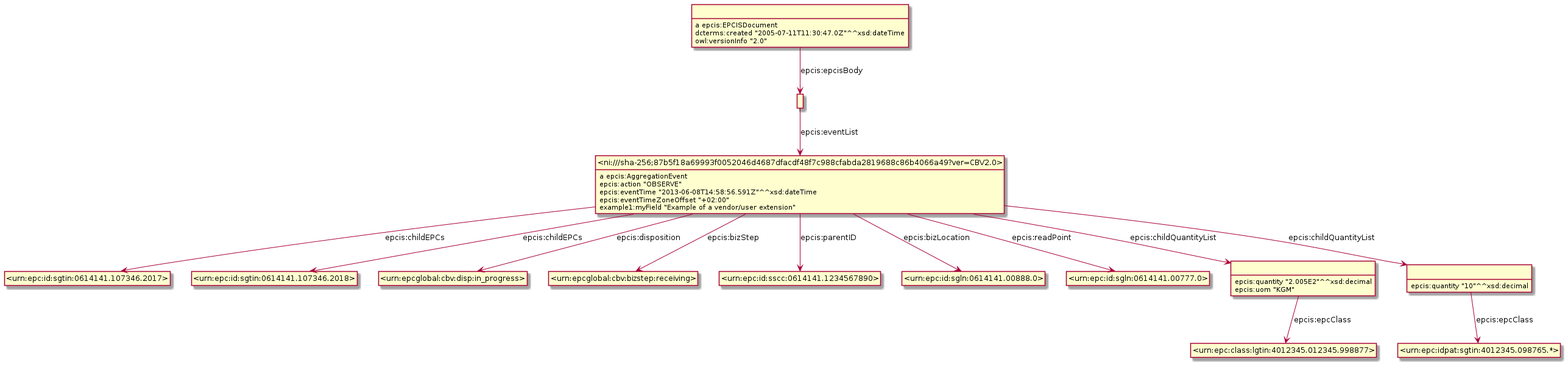
gs1/EPCIS keeps this PlantUML diagram as Diagrams/Example_9.6.3-AggregationEvent.png. Above is the earlier version. The source it was exported from:
```plantuml
@startuml
hide empty methods
hide empty attributes
hide circle
skinparam classAttributeIconSize 0
class _ni_sha_256_87b5f18a69993f0052046d4687dfacdf48f7c988cfabda2819688c86b4066a49_ver_CBV2_0_ as "<ni:///sha-256;87b5f18a69993f0052046d4687dfacdf48f7c988cfabda2819688c86b4066a49?ver=CBV2.0>"
_ni_sha_256_87b5f18a69993f0052046d4687dfacdf48f7c988cfabda2819688c86b4066a49_ver_CBV2_0_ : a epcis:AggregationEvent
class _urn_epc_id_sgtin_0614141_107346_2017_ as "<urn:epc:id:sgtin:0614141.107346.2017>"
_ni_sha_256_87b5f18a69993f0052046d4687dfacdf48f7c988cfabda2819688c86b4066a49_ver_CBV2_0_ -down-> _urn_epc_id_sgtin_0614141_107346_2017_ : epcis:childEPCs
class _urn_epc_id_sgtin_0614141_107346_2018_ as "<urn:epc:id:sgtin:0614141.107346.2018>"
_ni_sha_256_87b5f18a69993f0052046d4687dfacdf48f7c988cfabda2819688c86b4066a49_ver_CBV2_0_ -down-> _urn_epc_id_sgtin_0614141_107346_2018_ : epcis:childEPCs
class _urn_epcglobal_cbv_disp_in_progress_ as "<urn:epcglobal:cbv:disp:in_progress>"
_ni_sha_256_87b5f18a69993f0052046d4687dfacdf48f7c988cfabda2819688c86b4066a49_ver_CBV2_0_ -down-> _urn_epcglobal_cbv_disp_in_progress_ : epcis:disposition
class _urn_epcglobal_cbv_bizstep_receiving_ as "<urn:epcglobal:cbv:bizstep:receiving>"
_ni_sha_256_87b5f18a69993f0052046d4687dfacdf48f7c988cfabda2819688c86b4066a49_ver_CBV2_0_ -down-> _urn_epcglobal_cbv_bizstep_receiving_ : epcis:bizStep
class _urn_epc_id_sscc_0614141_1234567890_ as "<urn:epc:id:sscc:0614141.1234567890>"
_ni_sha_256_87b5f18a69993f0052046d4687dfacdf48f7c988cfabda2819688c86b4066a49_ver_CBV2_0_ -down-> _urn_epc_id_sscc_0614141_1234567890_ : epcis:parentID
class _urn_epc_id_sgln_0614141_00888_0_ as "<urn:epc:id:sgln:0614141.00888.0>"
_ni_sha_256_87b5f18a69993f0052046d4687dfacdf48f7c988cfabda2819688c86b4066a49_ver_CBV2_0_ -down-> _urn_epc_id_sgln_0614141_00888_0_ : epcis:bizLocation
class _urn_epc_id_sgln_0614141_00777_0_ as "<urn:epc:id:sgln:0614141.00777.0>"
_ni_sha_256_87b5f18a69993f0052046d4687dfacdf48f7c988cfabda2819688c86b4066a49_ver_CBV2_0_ -down-> _urn_epc_id_sgln_0614141_00777_0_ : epcis:readPoint
class _r1622796192r1_ as " "
_ni_sha_256_87b5f18a69993f0052046d4687dfacdf48f7c988cfabda2819688c86b4066a49_ver_CBV2_0_ -down-> _r1622796192r1_ : epcis:childQuantityList
class _r1622796192r0_ as " "
_ni_sha_256_87b5f18a69993f0052046d4687dfacdf48f7c988cfabda2819688c86b4066a49_ver_CBV2_0_ -down-> _r1622796192r0_ : epcis:childQuantityList
_ni_sha_256_87b5f18a69993f0052046d4687dfacdf48f7c988cfabda2819688c86b4066a49_ver_CBV2_0_ : epcis:action "OBSERVE"
_ni_sha_256_87b5f18a69993f0052046d4687dfacdf48f7c988cfabda2819688c86b4066a49_ver_CBV2_0_ : epcis:eventTime "2013-06-08T14:58:56.591Z"^^xsd:dateTime
_ni_sha_256_87b5f18a69993f0052046d4687dfacdf48f7c988cfabda2819688c86b4066a49_ver_CBV2_0_ : epcis:eventTimeZoneOffset "+02:00"
_ni_sha_256_87b5f18a69993f0052046d4687dfacdf48f7c988cfabda2819688c86b4066a49_ver_CBV2_0_ : example1:myField "Example of a vendor/user extension"
class _urn_epc_class_lgtin_4012345_012345_998877_ as "<urn:epc:class:lgtin:4012345.012345.998877>"
_r1622796192r1_ -down-> _urn_epc_class_lgtin_4012345_012345_998877_ : epcis:epcClass
_r1622796192r1_ : epcis:quantity "2.005E2"^^xsd:decimal
_r1622796192r1_ : epcis:uom "KGM"
class _r1622796192r3_ as " "
_r1622796192r3_ -down-> _ni_sha_256_87b5f18a69993f0052046d4687dfacdf48f7c988cfabda2819688c86b4066a49_ver_CBV2_0_ : epcis:eventList
class _r1622796192r2_ as " "
_r1622796192r2_ : a epcis:EPCISDocument
_r1622796192r2_ -down-> _r1622796192r3_ : epcis:epcisBody
_r1622796192r2_ : dcterms:created "2005-07-11T11:30:47.0Z"^^xsd:dateTime
_r1622796192r2_ : owl:versionInfo "2.0"
class _urn_epc_idpat_sgtin_4012345_098765_ as "<urn:epc:idpat:sgtin:4012345.098765.*>"
_r1622796192r0_ -down-> _urn_epc_idpat_sgtin_4012345_098765_ : epcis:epcClass
_r1622796192r0_ : epcis:quantity "10"^^xsd:decimal
@enduml
```
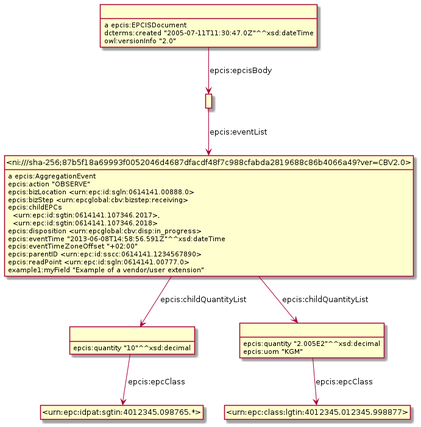
The same file after the commit.

Diff of the diagram source:
```diff
@@ -3,42 +3,34 @@
 hide empty attributes
 hide circle
 skinparam classAttributeIconSize 0
+class _r1623307985r0_ as " "
+class _urn_epc_idpat_sgtin_4012345_098765_ as "<urn:epc:idpat:sgtin:4012345.098765.*>"
+_r1623307985r0_ -down-> _urn_epc_idpat_sgtin_4012345_098765_ : epcis:epcClass
+_r1623307985r0_ : epcis:quantity "10"^^xsd:decimal
+class _r1623307985r1_ as " "
+class _urn_epc_class_lgtin_4012345_012345_998877_ as "<urn:epc:class:lgtin:4012345.012345.998877>"
+_r1623307985r1_ -down-> _urn_epc_class_lgtin_4012345_012345_998877_ : epcis:epcClass
+_r1623307985r1_ : epcis:quantity "2.005E2"^^xsd:decimal
+_r1623307985r1_ : epcis:uom "KGM"
 class _ni_sha_256_87b5f18a69993f0052046d4687dfacdf48f7c988cfabda2819688c86b4066a49_ver_CBV2_0_ as "<ni:///sha-256;87b5f18a69993f0052046d4687dfacdf48f7c988cfabda2819688c86b4066a49?ver=CBV2.0>"
 _ni_sha_256_87b5f18a69993f0052046d4687dfacdf48f7c988cfabda2819688c86b4066a49_ver_CBV2_0_ : a epcis:AggregationEvent
-class _urn_epc_id_sgtin_0614141_107346_2017_ as "<urn:epc:id:sgtin:0614141.107346.2017>"
-_ni_sha_256_87b5f18a69993f0052046d4687dfacdf48f7c988cfabda2819688c86b4066a49_ver_CBV2_0_ -down-> _urn_epc_id_sgtin_0614141_107346_2017_ : epcis:childEPCs
-class _urn_epc_id_sgtin_0614141_107346_2018_ as "<urn:epc:id:sgtin:0614141.107346.2018>"
-_ni_sha_256_87b5f18a69993f0052046d4687dfacdf48f7c988cfabda2819688c86b4066a49_ver_CBV2_0_ -down-> _urn_epc_id_sgtin_0614141_107346_2018_ : epcis:childEPCs
-class _urn_epcglobal_cbv_disp_in_progress_ as "<urn:epcglobal:cbv:disp:in_progress>"
-_ni_sha_256_87b5f18a69993f0052046d4687dfacdf48f7c988cfabda2819688c86b4066a49_ver_CBV2_0_ -down-> _urn_epcglobal_cbv_disp_in_progress_ : epcis:disposition
-class _urn_epcglobal_cbv_bizstep_receiving_ as "<urn:epcglobal:cbv:bizstep:receiving>"
-_ni_sha_256_87b5f18a69993f0052046d4687dfacdf48f7c988cfabda2819688c86b4066a49_ver_CBV2_0_ -down-> _urn_epcglobal_cbv_bizstep_receiving_ : epcis:bizStep
-class _urn_epc_id_sscc_0614141_1234567890_ as "<urn:epc:id:sscc:0614141.1234567890>"
-_ni_sha_256_87b5f18a69993f0052046d4687dfacdf48f7c988cfabda2819688c86b4066a49_ver_CBV2_0_ -down-> _urn_epc_id_sscc_0614141_1234567890_ : epcis:parentID
-class _urn_epc_id_sgln_0614141_00888_0_ as "<urn:epc:id:sgln:0614141.00888.0>"
-_ni_sha_256_87b5f18a69993f0052046d4687dfacdf48f7c988cfabda2819688c86b4066a49_ver_CBV2_0_ -down-> _urn_epc_id_sgln_0614141_00888_0_ : epcis:bizLocation
-class _urn_epc_id_sgln_0614141_00777_0_ as "<urn:epc:id:sgln:0614141.00777.0>"
-_ni_sha_256_87b5f18a69993f0052046d4687dfacdf48f7c988cfabda2819688c86b4066a49_ver_CBV2_0_ -down-> _urn_epc_id_sgln_0614141_00777_0_ : epcis:readPoint
-class _r1622796192r1_ as " "
-_ni_sha_256_87b5f18a69993f0052046d4687dfacdf48f7c988cfabda2819688c86b4066a49_ver_CBV2_0_ -down-> _r1622796192r1_ : epcis:childQuantityList
-class _r1622796192r0_ as " "
-_ni_sha_256_87b5f18a69993f0052046d4687dfacdf48f7c988cfabda2819688c86b4066a49_ver_CBV2_0_ -down-> _r1622796192r0_ : epcis:childQuantityList
+_ni_sha_256_87b5f18a69993f0052046d4687dfacdf48f7c988cfabda2819688c86b4066a49_ver_CBV2_0_ -down-> _r1623307985r1_ : epcis:childQuantityList
+_ni_sha_256_87b5f18a69993f0052046d4687dfacdf48f7c988cfabda2819688c86b4066a49_ver_CBV2_0_ -down-> _r1623307985r0_ : epcis:childQuantityList
 _ni_sha_256_87b5f18a69993f0052046d4687dfacdf48f7c988cfabda2819688c86b4066a49_ver_CBV2_0_ : epcis:action "OBSERVE"
+_ni_sha_256_87b5f18a69993f0052046d4687dfacdf48f7c988cfabda2819688c86b4066a49_ver_CBV2_0_ : epcis:bizLocation <urn:epc:id:sgln:0614141.00888.0>
+_ni_sha_256_87b5f18a69993f0052046d4687dfacdf48f7c988cfabda2819688c86b4066a49_ver_CBV2_0_ : epcis:bizStep <urn:epcglobal:cbv:bizstep:receiving>
+_ni_sha_256_87b5f18a69993f0052046d4687dfacdf48f7c988cfabda2819688c86b4066a49_ver_CBV2_0_ : epcis:childEPCs\n  <urn:epc:id:sgtin:0614141.107346.2017>,\n  <urn:epc:id:sgtin:0614141.107346.2018>
+_ni_sha_256_87b5f18a69993f0052046d4687dfacdf48f7c988cfabda2819688c86b4066a49_ver_CBV2_0_ : epcis:disposition <urn:epcglobal:cbv:disp:in_progress>
 _ni_sha_256_87b5f18a69993f0052046d4687dfacdf48f7c988cfabda2819688c86b4066a49_ver_CBV2_0_ : epcis:eventTime "2013-06-08T14:58:56.591Z"^^xsd:dateTime
 _ni_sha_256_87b5f18a69993f0052046d4687dfacdf48f7c988cfabda2819688c86b4066a49_ver_CBV2_0_ : epcis:eventTimeZoneOffset "+02:00"
+_ni_sha_256_87b5f18a69993f0052046d4687dfacdf48f7c988cfabda2819688c86b4066a49_ver_CBV2_0_ : epcis:parentID <urn:epc:id:sscc:0614141.1234567890>
+_ni_sha_256_87b5f18a69993f0052046d4687dfacdf48f7c988cfabda2819688c86b4066a49_ver_CBV2_0_ : epcis:readPoint <urn:epc:id:sgln:0614141.00777.0>
 _ni_sha_256_87b5f18a69993f0052046d4687dfacdf48f7c988cfabda2819688c86b4066a49_ver_CBV2_0_ : example1:myField "Example of a vendor/user extension"
-class _urn_epc_class_lgtin_4012345_012345_998877_ as "<urn:epc:class:lgtin:4012345.012345.998877>"
-_r1622796192r1_ -down-> _urn_epc_class_lgtin_4012345_012345_998877_ : epcis:epcClass
-_r1622796192r1_ : epcis:quantity "2.005E2"^^xsd:decimal
-_r1622796192r1_ : epcis:uom "KGM"
-class _r1622796192r3_ as " "
-_r1622796192r3_ -down-> _ni_sha_256_87b5f18a69993f0052046d4687dfacdf48f7c988cfabda2819688c86b4066a49_ver_CBV2_0_ : epcis:eventList
-class _r1622796192r2_ as " "
-_r1622796192r2_ : a epcis:EPCISDocument
-_r1622796192r2_ -down-> _r1622796192r3_ : epcis:epcisBody
-_r1622796192r2_ : dcterms:created "2005-07-11T11:30:47.0Z"^^xsd:dateTime
-_r1622796192r2_ : owl:versionInfo "2.0"
-class _urn_epc_idpat_sgtin_4012345_098765_ as "<urn:epc:idpat:sgtin:4012345.098765.*>"
-_r1622796192r0_ -down-> _urn_epc_idpat_sgtin_4012345_098765_ : epcis:epcClass
-_r1622796192r0_ : epcis:quantity "10"^^xsd:decimal
+class _r1623307985r3_ as " "
+_r1623307985r3_ -down-> _ni_sha_256_87b5f18a69993f0052046d4687dfacdf48f7c988cfabda2819688c86b4066a49_ver_CBV2_0_ : epcis:eventList
+class _r1623307985r2_ as " "
+_r1623307985r2_ : a epcis:EPCISDocument
+_r1623307985r2_ -down-> _r1623307985r3_ : epcis:epcisBody
+_r1623307985r2_ : dcterms:created "2005-07-11T11:30:47.0Z"^^xsd:dateTime
+_r1623307985r2_ : owl:versionInfo "2.0"
 @enduml
```
